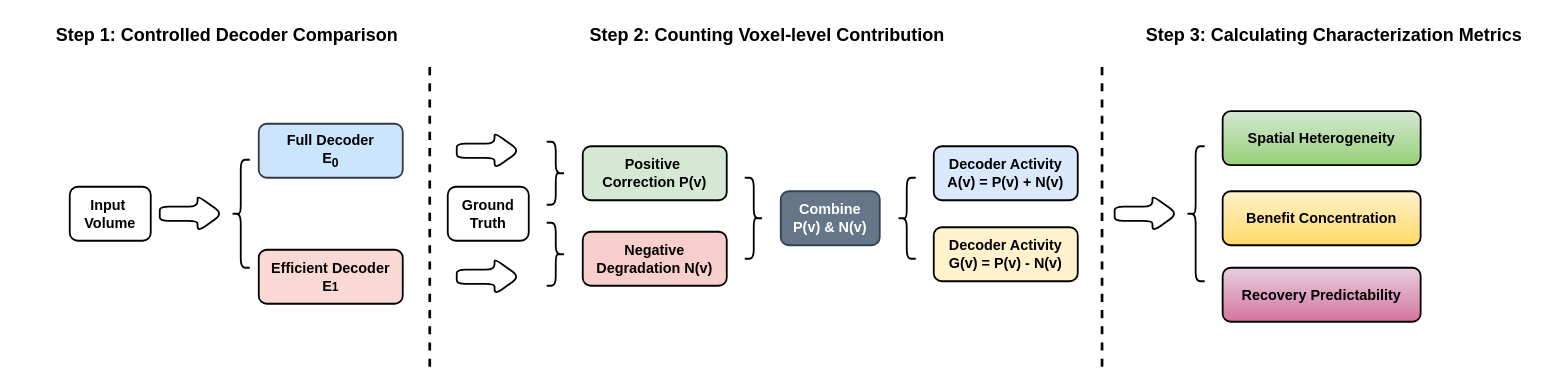
Before: elsarticle/figures/Framework.drawio in jiaweizhong/AdaDec3D, a draw.io diagram. Source tidied: cells renumbered, new cells numbered last; positions are measured from the earlier drawing's top-left corner, leaving out a move shared by most shapes. Both pictures are drawn from the tidied source at 90%, with x=0, y=0 at pixel (15, 15).
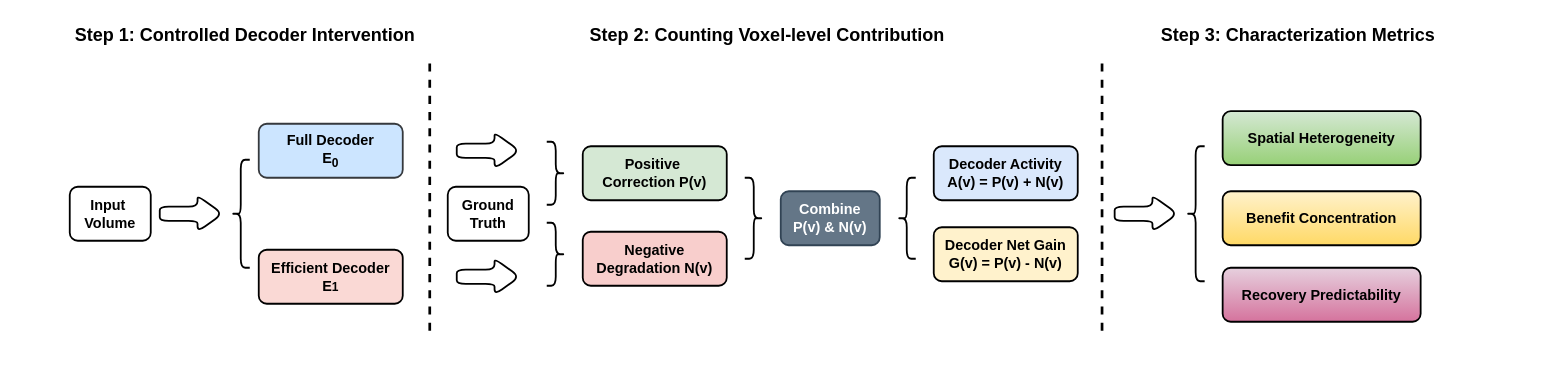
The same diagram, later.

Change to the diagram source:
```diff
@@
-    <mxCell id="18" value="&lt;span style=&quot;font-size: 16px;&quot;&gt;&lt;b&gt;Decoder Activity&lt;/b&gt;&lt;/span&gt;&lt;div&gt;&lt;span style=&quot;font-size: 16px;&quot;&gt;&lt;b&gt;G(v) = P(v) - N(v)&lt;/b&gt;&lt;/span&gt;&lt;/div&gt;" style="rounded=1;whiteSpace=wrap;html=1;strokeWidth=2;fillColor=#fff2cc;strokeColor=#000000;" parent="1" vertex="1">
+    <mxCell id="18" value="&lt;span style=&quot;font-size: 16px;&quot;&gt;&lt;b&gt;Decoder Net Gain&lt;/b&gt;&lt;/span&gt;&lt;div&gt;&lt;span style=&quot;font-size: 16px;&quot;&gt;&lt;b&gt;G(v) = P(v) - N(v)&lt;/b&gt;&lt;/span&gt;&lt;/div&gt;" style="rounded=1;whiteSpace=wrap;html=1;strokeWidth=2;fillColor=#fff2cc;strokeColor=#000000;" parent="1" vertex="1">
       <mxGeometry x="1020" y="235" width="160" height="60" as="geometry" />
     </mxCell>
@@
-    <mxCell id="24" style="endArrow=none;dashed=1;html=1;rounded=0;strokeWidth=3;" parent="1" edge="1">
-      <mxGeometry relative="1" as="geometry">
-        <mxPoint x="460" y="390" as="sourcePoint" />
-        <mxPoint x="460" y="50" as="targetPoint" />
-      </mxGeometry>
-    </mxCell>
     <mxCell id="25" style="endArrow=none;dashed=1;html=1;rounded=0;strokeWidth=3;" parent="1" edge="1">
       <mxGeometry relative="1" as="geometry">
-        <mxPoint x="1207" y="390" as="sourcePoint" />
+        <mxPoint x="1207" y="350" as="sourcePoint" />
         <mxPoint x="1207" y="50" as="targetPoint" />
       </mxGeometry>
     </mxCell>
-    <mxCell id="26" value="&lt;font style=&quot;font-size: 20px;&quot;&gt;&lt;b style=&quot;&quot;&gt;Step 1: Controlled Decoder Comparison&lt;/b&gt;&lt;/font&gt;" style="text;html=1;whiteSpace=wrap;strokeColor=none;fillColor=none;align=center;verticalAlign=middle;rounded=0;" parent="1" vertex="1">
-      <mxGeometry width="470" height="40" as="geometry" />
+    <mxCell id="26" value="&lt;font style=&quot;font-size: 20px;&quot;&gt;&lt;b style=&quot;&quot;&gt;Step 1: Controlled Decoder Intervention&lt;/b&gt;&lt;/font&gt;" style="text;html=1;whiteSpace=wrap;strokeColor=none;fillColor=none;align=center;verticalAlign=middle;rounded=0;" parent="1" vertex="1">
+      <mxGeometry x="20" width="470" height="40" as="geometry" />
     </mxCell>
@@
-    <mxCell id="28" value="&lt;font style=&quot;font-size: 20px;&quot;&gt;&lt;b style=&quot;&quot;&gt;Step 3: Calculating Characterization Metrics&lt;/b&gt;&lt;/font&gt;" style="text;html=1;whiteSpace=wrap;strokeColor=none;fillColor=none;align=center;verticalAlign=middle;rounded=0;" parent="1" vertex="1">
-      <mxGeometry x="1230" width="470" height="40" as="geometry" />
+    <mxCell id="28" value="&lt;font style=&quot;font-size: 20px;&quot;&gt;&lt;b style=&quot;&quot;&gt;Step 3: Characterization Metrics&lt;/b&gt;&lt;/font&gt;" style="text;html=1;whiteSpace=wrap;strokeColor=none;fillColor=none;align=center;verticalAlign=middle;rounded=0;" parent="1" vertex="1">
+      <mxGeometry x="1190" width="470" height="40" as="geometry" />
     </mxCell>
+    <mxCell id="29" style="endArrow=none;dashed=1;html=1;rounded=0;strokeWidth=3;" parent="1" edge="1">
+      <mxGeometry relative="1" as="geometry">
+        <mxPoint x="460" y="350" as="sourcePoint" />
+        <mxPoint x="460" y="50" as="targetPoint" />
+      </mxGeometry>
+    </mxCell>
```
